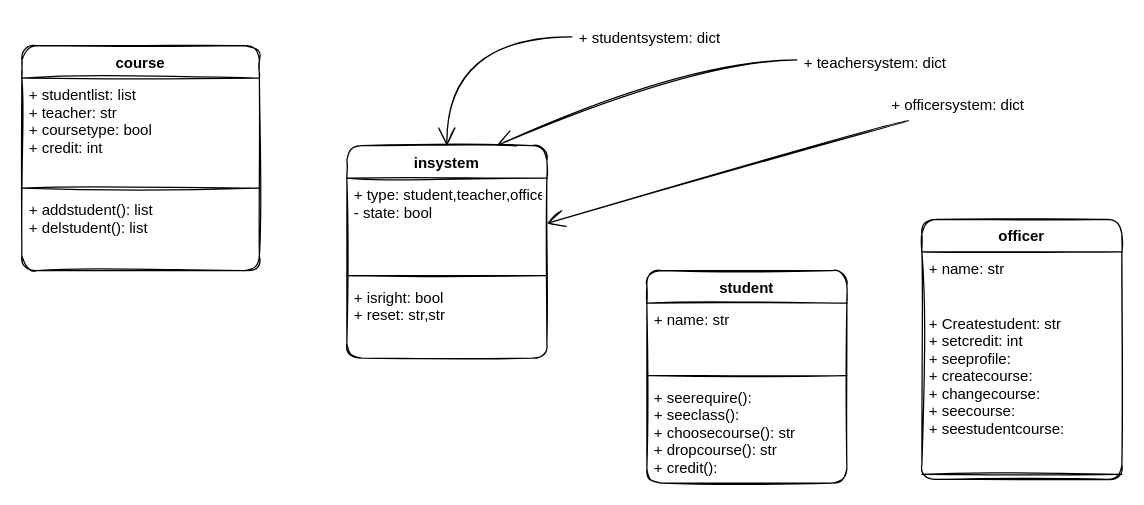
Above: PA2/选课系统.drawio in CoopEdu2022-Python/Gary (draw.io), before the change. Source tidied: cells renumbered, new cells numbered last; positions are measured from the earlier drawing's top-left corner, leaving out a move shared by most shapes. Both pictures are drawn from the tidied source at 125%, with x=0, y=0 at pixel (21, 20).
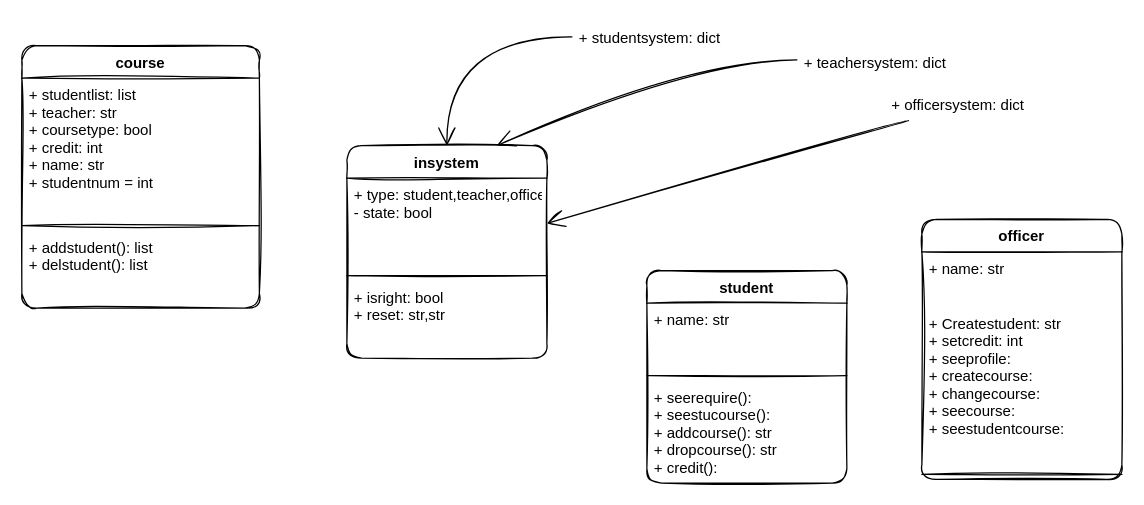
Above is the later version.

Commit message (it also covers changes not shown here):
hello world!

The change refers to these unchanged cells:
```xml
<mxCell id="14" value="student" style="swimlane;fontStyle=1;align=center;verticalAlign=top;horizontal=1;startSize=26;rounded=1;sketch=1;" parent="1" vertex="1">
  <mxGeometry x="500" y="200" width="160" height="170" as="geometry" />
</mxCell>
```

Change to the diagram source:
```diff
@@
     <mxCell id="2" value="course" style="swimlane;fontStyle=1;align=center;verticalAlign=top;horizontal=1;startSize=26;rounded=1;sketch=1;" parent="1" vertex="1">
-      <mxGeometry y="20" width="190" height="180" as="geometry" />
+      <mxGeometry y="20" width="190" height="210" as="geometry" />
     </mxCell>
-    <mxCell id="3" value="+ studentlist: list&#10;+ teacher: str&#10;+ coursetype: bool&#10;+ credit: int" style="text;strokeColor=none;fillColor=none;align=left;verticalAlign=top;spacingLeft=4;spacingRight=4;overflow=hidden;rounded=1;sketch=1;" parent="2" vertex="1">
-      <mxGeometry y="26" width="190" height="84" as="geometry" />
+    <mxCell id="3" value="+ studentlist: list&#10;+ teacher: str&#10;+ coursetype: bool&#10;+ credit: int&#10;+ name: str&#10;+ studentnum = int" style="text;strokeColor=none;fillColor=none;align=left;verticalAlign=top;spacingLeft=4;spacingRight=4;overflow=hidden;rounded=1;sketch=1;" parent="2" vertex="1">
+      <mxGeometry y="26" width="190" height="114" as="geometry" />
     </mxCell>
     <mxCell id="4" style="line;strokeWidth=1;fillColor=none;align=left;verticalAlign=middle;spacingTop=-1;spacingLeft=3;spacingRight=3;labelPosition=right;strokeColor=inherit;rounded=1;sketch=1;" parent="2" vertex="1">
-      <mxGeometry y="110" width="190" height="8" as="geometry" />
+      <mxGeometry y="140" width="190" height="8" as="geometry" />
     </mxCell>
     <mxCell id="5" value="+ addstudent(): list&#10;+ delstudent(): list" style="text;strokeColor=none;fillColor=none;align=left;verticalAlign=top;spacingLeft=4;spacingRight=4;overflow=hidden;rounded=1;sketch=1;" parent="2" vertex="1">
-      <mxGeometry y="118" width="190" height="62" as="geometry" />
+      <mxGeometry y="148" width="190" height="62" as="geometry" />
     </mxCell>
@@
-    <mxCell id="17" value="+ seerequire(): &#10;+ seeclass():&#10;+ choosecourse(): str &#10;+ dropcourse(): str&#10;+ credit():" style="text;strokeColor=none;fillColor=none;align=left;verticalAlign=top;spacingLeft=4;spacingRight=4;overflow=hidden;rounded=1;sketch=1;" parent="14" vertex="1">
+    <mxCell id="17" value="+ seerequire(): &#10;+ seestucourse():&#10;+ addcourse(): str &#10;+ dropcourse(): str&#10;+ credit():" style="text;strokeColor=none;fillColor=none;align=left;verticalAlign=top;spacingLeft=4;spacingRight=4;overflow=hidden;rounded=1;sketch=1;" parent="14" vertex="1">
       <mxGeometry y="88" width="160" height="82" as="geometry" />
     </mxCell>
```
